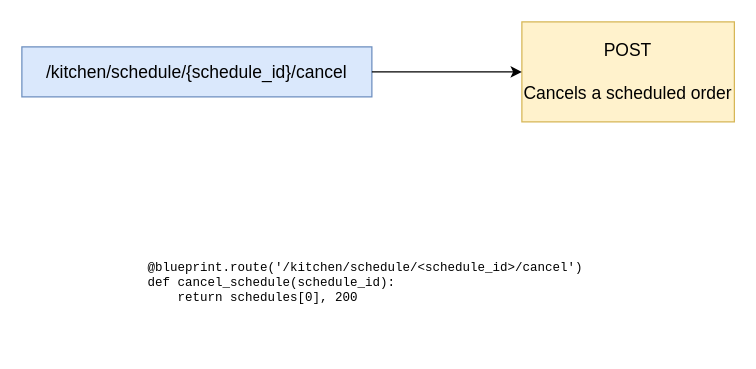
The draw.io diagram page "Page-5" (5 of 5) of ch06.drawio in abunuwas/microservices-apis-img, before the edit. Source tidied: cells renumbered, new cells numbered last; positions are measured from the earlier drawing's top-left corner, leaving out a move shared by most shapes. Both pictures are drawn from the tidied source at 125%, with x=0, y=0 at pixel (21, 21).
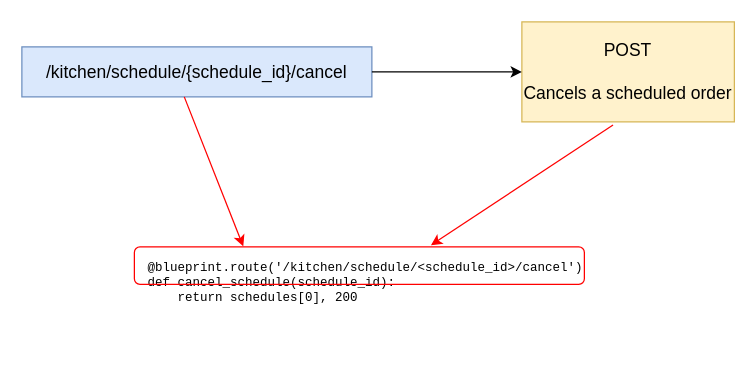
The same diagram, later.

Diff of the diagram source:
```diff
@@
 <mxGraphModel>
   <root>
     <mxCell id="0" />
     <mxCell id="1" parent="0" />
     <mxCell id="2" value="&lt;font style=&quot;font-size: 14px&quot;&gt;/kitchen/schedule/{schedule_id}/cancel&lt;/font&gt;" style="text;html=1;fillColor=#dae8fc;align=center;verticalAlign=middle;whiteSpace=wrap;rounded=0;strokeColor=#6c8ebf;" parent="1" vertex="1">
       <mxGeometry y="20" width="280" height="40" as="geometry" />
     </mxCell>
     <mxCell id="3" value="&lt;font style=&quot;font-size: 14px&quot;&gt;&lt;span&gt;POST&lt;br&gt;&lt;/span&gt;&lt;br&gt;&lt;font style=&quot;font-size: 14px&quot;&gt;Cancels a scheduled order&lt;/font&gt;&lt;br&gt;&lt;/font&gt;" style="text;html=1;fillColor=#fff2cc;align=center;verticalAlign=middle;whiteSpace=wrap;rounded=0;strokeColor=#d6b656;" parent="1" vertex="1">
       <mxGeometry x="400" width="170" height="80" as="geometry" />
     </mxCell>
     <mxCell id="4" style="endArrow=classic;html=1;exitX=1;exitY=0.5;exitDx=0;exitDy=0;entryX=0;entryY=0.5;entryDx=0;entryDy=0;" parent="1" edge="1" source="2" target="3">
       <mxGeometry relative="1" as="geometry" />
     </mxCell>
     <mxCell id="5" value="&lt;p class=&quot;CodeACxSpFirst&quot; style=&quot;text-align: left ; margin: 0cm 0cm 0cm 1cm ; text-indent: -1cm ; font-size: 7.5pt ; font-family: &amp;#34;courier new&amp;#34;&quot;&gt;&lt;span style=&quot;background-color: rgb(255 , 255 , 255)&quot;&gt;&lt;span lang=&quot;EN-US&quot;&gt;@blueprint.route('/kitchen/schedule/&amp;lt;schedule_id&amp;gt;/cancel')&lt;/span&gt;&lt;span lang=&quot;EN-US&quot;&gt;&lt;/span&gt;&lt;/span&gt;&lt;/p&gt;&lt;p class=&quot;CodeACxSpMiddle&quot; style=&quot;text-align: left ; margin: 0cm 0cm 0cm 1cm ; text-indent: -1cm ; font-size: 7.5pt ; font-family: &amp;#34;courier new&amp;#34;&quot;&gt;&lt;span style=&quot;background-color: rgb(255 , 255 , 255)&quot;&gt;&lt;span lang=&quot;EN-US&quot;&gt;def cancel_schedule(schedule_id):&lt;/span&gt;&lt;span lang=&quot;EN-US&quot;&gt;&lt;/span&gt;&lt;/span&gt;&lt;/p&gt;&lt;p class=&quot;CodeACxSpLast&quot; style=&quot;text-align: left ; margin: 0cm 0cm 9pt 1cm ; text-indent: -1cm ; font-size: 7.5pt ; font-family: &amp;#34;courier new&amp;#34;&quot;&gt;&lt;span lang=&quot;EN-US&quot; style=&quot;background-color: rgb(255 , 255 , 255)&quot;&gt;&amp;nbsp;&amp;nbsp;&amp;nbsp; return schedules[0], 200&lt;/span&gt;&lt;span lang=&quot;EN-US&quot; style=&quot;background-color: rgb(242 , 242 , 242)&quot;&gt;&lt;/span&gt;&lt;/p&gt;" style="text;html=1;strokeColor=none;align=center;verticalAlign=middle;whiteSpace=wrap;rounded=0;fillColor=#ffffff;" parent="1" vertex="1">
       <mxGeometry x="70" y="170" width="410" height="90" as="geometry" />
     </mxCell>
+    <mxCell id="6" style="rounded=1;whiteSpace=wrap;html=1;strokeColor=#FF0000;fillColor=none;" parent="1" vertex="1">
+      <mxGeometry x="90" y="180" width="360" height="30" as="geometry" />
+    </mxCell>
+    <mxCell id="7" style="endArrow=classic;html=1;strokeColor=#FF0000;entryX=0.242;entryY=-0.013;entryDx=0;entryDy=0;entryPerimeter=0;exitX=0.464;exitY=1;exitDx=0;exitDy=0;exitPerimeter=0;" parent="1" edge="1" source="2" target="6">
+      <mxGeometry relative="1" as="geometry" />
+    </mxCell>
+    <mxCell id="8" style="endArrow=classic;html=1;strokeColor=#FF0000;entryX=0.659;entryY=-0.044;entryDx=0;entryDy=0;entryPerimeter=0;exitX=0.429;exitY=1.031;exitDx=0;exitDy=0;exitPerimeter=0;" parent="1" edge="1" source="3" target="6">
+      <mxGeometry relative="1" as="geometry" />
+    </mxCell>
   </root>
 </mxGraphModel>
```
